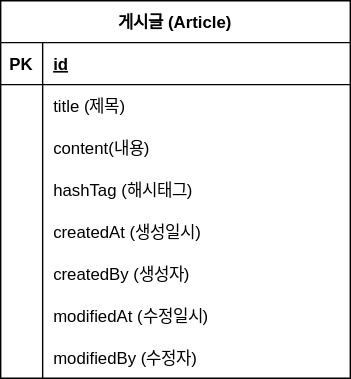
The draw.io diagram document/project-board-erd.svg in jungeulyoung/project-board, before a commit. Source tidied: cells renumbered, new cells last; positions are measured from the earlier drawing's top-left corner, leaving out a move shared by most shapes.
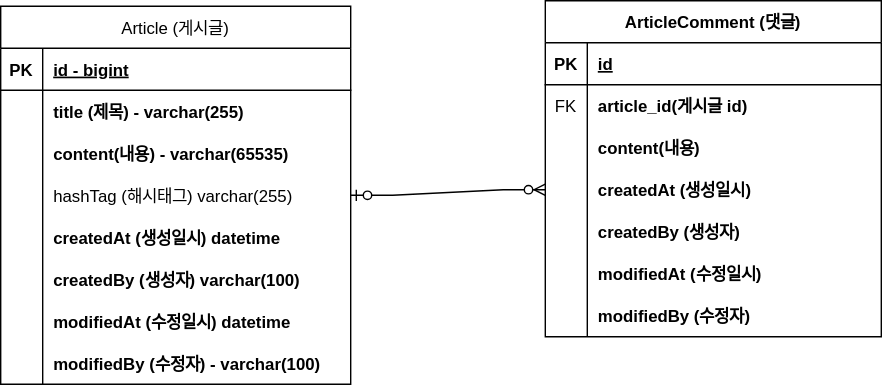
After the change.

What changed in the source:
```diff
@@ -2,7 +2,7 @@
   <root>
     <mxCell id="0" />
     <mxCell id="1" parent="0" />
-    <mxCell id="2" value="게시글 (Article)" style="shape=table;startSize=30;rowLines=0;fontStyle=1;align=center;" parent="1" vertex="1">
+    <mxCell id="2" value="Article (게시글)" style="shape=table;startSize=30;rowLines=0;fontStyle=0;align=center;" parent="1" vertex="1">
       <mxGeometry width="250" height="270" as="geometry" />
     </mxCell>
     <mxCell id="3" style="shape=partialRectangle;fillColor=none;top=0;left=0;right=0;bottom=1;" parent="2" vertex="1">
@@ -11,7 +11,7 @@
     <mxCell id="4" value="PK" style="shape=partialRectangle;overflow=hidden;fillColor=none;top=0;left=0;bottom=0;right=0;fontStyle=1;" parent="3" vertex="1">
       <mxGeometry width="30" height="30" as="geometry" />
     </mxCell>
-    <mxCell id="5" value="id" style="shape=partialRectangle;overflow=hidden;fillColor=none;top=0;left=0;bottom=0;right=0;align=left;spacingLeft=6;fontStyle=5;" parent="3" vertex="1">
+    <mxCell id="5" value="id - bigint" style="shape=partialRectangle;overflow=hidden;fillColor=none;top=0;left=0;bottom=0;right=0;align=left;spacingLeft=6;fontStyle=5;" parent="3" vertex="1">
       <mxGeometry x="30" width="220" height="30" as="geometry" />
     </mxCell>
     <mxCell id="6" style="shape=partialRectangle;fillColor=none;top=0;left=0;right=0;bottom=0;" parent="2" vertex="1">
@@ -20,7 +20,7 @@
     <mxCell id="7" style="shape=partialRectangle;overflow=hidden;fillColor=none;top=0;left=0;bottom=0;right=0;" parent="6" vertex="1">
       <mxGeometry width="30" height="30" as="geometry" />
     </mxCell>
-    <mxCell id="8" value="title (제목)" style="shape=partialRectangle;overflow=hidden;fillColor=none;top=0;left=0;bottom=0;right=0;align=left;spacingLeft=6;" parent="6" vertex="1">
+    <mxCell id="8" value="title (제목) - varchar(255)" style="shape=partialRectangle;overflow=hidden;fillColor=none;top=0;left=0;bottom=0;right=0;align=left;spacingLeft=6;fontStyle=1;" parent="6" vertex="1">
       <mxGeometry x="30" width="220" height="30" as="geometry" />
     </mxCell>
     <mxCell id="9" style="shape=partialRectangle;fillColor=none;top=0;left=0;right=0;bottom=0;" parent="2" vertex="1">
@@ -29,7 +29,7 @@
     <mxCell id="10" style="shape=partialRectangle;overflow=hidden;fillColor=none;top=0;left=0;bottom=0;right=0;" parent="9" vertex="1">
       <mxGeometry width="30" height="30" as="geometry" />
     </mxCell>
-    <mxCell id="11" value="content(내용)" style="shape=partialRectangle;overflow=hidden;fillColor=none;top=0;left=0;bottom=0;right=0;align=left;spacingLeft=6;" parent="9" vertex="1">
+    <mxCell id="11" value="content(내용) - varchar(65535)" style="shape=partialRectangle;overflow=hidden;fillColor=none;top=0;left=0;bottom=0;right=0;align=left;spacingLeft=6;fontStyle=1;" parent="9" vertex="1">
       <mxGeometry x="30" width="220" height="30" as="geometry" />
     </mxCell>
     <mxCell id="12" style="shape=partialRectangle;fillColor=none;points=[[0,0.5],[1,0.5]];portConstraint=eastwest;top=0;left=0;right=0;bottom=0;" parent="2" vertex="1">
@@ -38,7 +38,7 @@
     <mxCell id="13" style="shape=partialRectangle;overflow=hidden;fillColor=none;top=0;left=0;bottom=0;right=0;" parent="12" vertex="1">
       <mxGeometry width="30" height="30" as="geometry" />
     </mxCell>
-    <mxCell id="14" value="hashTag (해시태그)" style="shape=partialRectangle;overflow=hidden;fillColor=none;top=0;left=0;bottom=0;right=0;align=left;spacingLeft=6;" parent="12" vertex="1">
+    <mxCell id="14" value="hashTag (해시태그) varchar(255)" style="shape=partialRectangle;overflow=hidden;fillColor=none;top=0;left=0;bottom=0;right=0;align=left;spacingLeft=6;fontStyle=0;" parent="12" vertex="1">
       <mxGeometry x="30" width="220" height="30" as="geometry" />
     </mxCell>
     <mxCell id="15" style="shape=partialRectangle;fillColor=none;top=0;left=0;right=0;bottom=0;" parent="2" vertex="1">
@@ -47,7 +47,7 @@
     <mxCell id="16" style="shape=partialRectangle;overflow=hidden;fillColor=none;top=0;left=0;bottom=0;right=0;" parent="15" vertex="1">
       <mxGeometry width="30" height="30" as="geometry" />
     </mxCell>
-    <mxCell id="17" value="createdAt (생성일시)" style="shape=partialRectangle;overflow=hidden;fillColor=none;top=0;left=0;bottom=0;right=0;align=left;spacingLeft=6;" parent="15" vertex="1">
+    <mxCell id="17" value="createdAt (생성일시) datetime" style="shape=partialRectangle;overflow=hidden;fillColor=none;top=0;left=0;bottom=0;right=0;align=left;spacingLeft=6;fontStyle=1;" parent="15" vertex="1">
       <mxGeometry x="30" width="220" height="30" as="geometry" />
     </mxCell>
     <mxCell id="18" style="shape=partialRectangle;fillColor=none;top=0;left=0;right=0;bottom=0;" parent="2" vertex="1">
@@ -56,7 +56,7 @@
     <mxCell id="19" style="shape=partialRectangle;overflow=hidden;fillColor=none;top=0;left=0;bottom=0;right=0;" parent="18" vertex="1">
       <mxGeometry width="30" height="30" as="geometry" />
     </mxCell>
-    <mxCell id="20" value="createdBy (생성자)" style="shape=partialRectangle;overflow=hidden;fillColor=none;top=0;left=0;bottom=0;right=0;align=left;spacingLeft=6;" parent="18" vertex="1">
+    <mxCell id="20" value="createdBy (생성자) varchar(100)" style="shape=partialRectangle;overflow=hidden;fillColor=none;top=0;left=0;bottom=0;right=0;align=left;spacingLeft=6;fontStyle=1;" parent="18" vertex="1">
       <mxGeometry x="30" width="220" height="30" as="geometry" />
     </mxCell>
     <mxCell id="21" style="shape=partialRectangle;fillColor=none;top=0;left=0;right=0;bottom=0;" parent="2" vertex="1">
@@ -65,7 +65,7 @@
     <mxCell id="22" style="shape=partialRectangle;overflow=hidden;fillColor=none;top=0;left=0;bottom=0;right=0;" parent="21" vertex="1">
       <mxGeometry width="30" height="30" as="geometry" />
     </mxCell>
-    <mxCell id="23" value="modifiedAt (수정일시)" style="shape=partialRectangle;overflow=hidden;fillColor=none;top=0;left=0;bottom=0;right=0;align=left;spacingLeft=6;" parent="21" vertex="1">
+    <mxCell id="23" value="modifiedAt (수정일시) datetime" style="shape=partialRectangle;overflow=hidden;fillColor=none;top=0;left=0;bottom=0;right=0;align=left;spacingLeft=6;fontStyle=1;" parent="21" vertex="1">
       <mxGeometry x="30" width="220" height="30" as="geometry" />
     </mxCell>
     <mxCell id="24" style="shape=partialRectangle;fillColor=none;top=0;left=0;right=0;bottom=0;" parent="2" vertex="1">
@@ -74,8 +74,77 @@
     <mxCell id="25" style="shape=partialRectangle;overflow=hidden;fillColor=none;top=0;left=0;bottom=0;right=0;" parent="24" vertex="1">
       <mxGeometry width="30" height="30" as="geometry" />
     </mxCell>
-    <mxCell id="26" value="modifiedBy (수정자)" style="shape=partialRectangle;overflow=hidden;fillColor=none;top=0;left=0;bottom=0;right=0;align=left;spacingLeft=6;" parent="24" vertex="1">
+    <mxCell id="26" value="modifiedBy (수정자) - varchar(100)" style="shape=partialRectangle;overflow=hidden;fillColor=none;top=0;left=0;bottom=0;right=0;align=left;spacingLeft=6;fontStyle=1;" parent="24" vertex="1">
       <mxGeometry x="30" width="220" height="30" as="geometry" />
     </mxCell>
+    <mxCell id="27" value="ArticleComment (댓글)" style="shape=table;startSize=30;rowLines=0;fontStyle=1;align=center;" parent="1" vertex="1">
+      <mxGeometry x="389" y="-4" width="240" height="240" as="geometry" />
+    </mxCell>
+    <mxCell id="28" style="shape=partialRectangle;fillColor=none;top=0;left=0;right=0;bottom=1;" parent="27" vertex="1">
+      <mxGeometry y="30" width="240" height="30" as="geometry" />
+    </mxCell>
+    <mxCell id="29" value="PK" style="shape=partialRectangle;overflow=hidden;fillColor=none;top=0;left=0;bottom=0;right=0;fontStyle=1;" parent="28" vertex="1">
+      <mxGeometry width="30" height="30" as="geometry" />
+    </mxCell>
+    <mxCell id="30" value="id" style="shape=partialRectangle;overflow=hidden;fillColor=none;top=0;left=0;bottom=0;right=0;align=left;spacingLeft=6;fontStyle=5;" parent="28" vertex="1">
+      <mxGeometry x="30" width="210" height="30" as="geometry" />
+    </mxCell>
+    <mxCell id="31" style="shape=partialRectangle;fillColor=none;top=0;left=0;right=0;bottom=0;" parent="27" vertex="1">
+      <mxGeometry y="60" width="240" height="30" as="geometry" />
+    </mxCell>
+    <mxCell id="32" value="FK" style="shape=partialRectangle;overflow=hidden;fillColor=none;top=0;left=0;bottom=0;right=0;" parent="31" vertex="1">
+      <mxGeometry width="30" height="30" as="geometry" />
+    </mxCell>
+    <mxCell id="33" value="article_id(게시글 id)" style="shape=partialRectangle;overflow=hidden;fillColor=none;top=0;left=0;bottom=0;right=0;align=left;spacingLeft=6;fontStyle=1;" parent="31" vertex="1">
+      <mxGeometry x="30" width="210" height="30" as="geometry" />
+    </mxCell>
+    <mxCell id="34" style="shape=partialRectangle;fillColor=none;top=0;left=0;right=0;bottom=0;" parent="27" vertex="1">
+      <mxGeometry y="90" width="240" height="30" as="geometry" />
+    </mxCell>
+    <mxCell id="35" style="shape=partialRectangle;overflow=hidden;fillColor=none;top=0;left=0;bottom=0;right=0;" parent="34" vertex="1">
+      <mxGeometry width="30" height="30" as="geometry" />
+    </mxCell>
+    <mxCell id="36" value="content(내용)" style="shape=partialRectangle;overflow=hidden;fillColor=none;top=0;left=0;bottom=0;right=0;align=left;spacingLeft=6;fontStyle=1;" parent="34" vertex="1">
+      <mxGeometry x="30" width="210" height="30" as="geometry" />
+    </mxCell>
+    <mxCell id="37" style="shape=partialRectangle;fillColor=none;points=[[0,0.5],[1,0.5]];portConstraint=eastwest;top=0;left=0;right=0;bottom=0;" parent="27" vertex="1">
+      <mxGeometry y="120" width="240" height="30" as="geometry" />
+    </mxCell>
+    <mxCell id="38" style="shape=partialRectangle;overflow=hidden;fillColor=none;top=0;left=0;bottom=0;right=0;" parent="37" vertex="1">
+      <mxGeometry width="30" height="30" as="geometry" />
+    </mxCell>
+    <mxCell id="39" value="createdAt (생성일시)" style="shape=partialRectangle;overflow=hidden;fillColor=none;top=0;left=0;bottom=0;right=0;align=left;spacingLeft=6;fontStyle=1;" parent="37" vertex="1">
+      <mxGeometry x="30" width="210" height="30" as="geometry" />
+    </mxCell>
+    <mxCell id="40" style="shape=partialRectangle;fillColor=none;top=0;left=0;right=0;bottom=0;" parent="27" vertex="1">
+      <mxGeometry y="150" width="240" height="30" as="geometry" />
+    </mxCell>
+    <mxCell id="41" style="shape=partialRectangle;overflow=hidden;fillColor=none;top=0;left=0;bottom=0;right=0;" parent="40" vertex="1">
+      <mxGeometry width="30" height="30" as="geometry" />
+    </mxCell>
+    <mxCell id="42" value="createdBy (생성자)" style="shape=partialRectangle;overflow=hidden;fillColor=none;top=0;left=0;bottom=0;right=0;align=left;spacingLeft=6;fontStyle=1;" parent="40" vertex="1">
+      <mxGeometry x="30" width="210" height="30" as="geometry" />
+    </mxCell>
+    <mxCell id="43" style="shape=partialRectangle;fillColor=none;top=0;left=0;right=0;bottom=0;fontStyle=1;" parent="27" vertex="1">
+      <mxGeometry y="180" width="240" height="30" as="geometry" />
+    </mxCell>
+    <mxCell id="44" style="shape=partialRectangle;overflow=hidden;fillColor=none;top=0;left=0;bottom=0;right=0;" parent="43" vertex="1">
+      <mxGeometry width="30" height="30" as="geometry" />
+    </mxCell>
+    <mxCell id="45" value="modifiedAt (수정일시)" style="shape=partialRectangle;overflow=hidden;fillColor=none;top=0;left=0;bottom=0;right=0;align=left;spacingLeft=6;fontStyle=1;" parent="43" vertex="1">
+      <mxGeometry x="30" width="210" height="30" as="geometry" />
+    </mxCell>
+    <mxCell id="46" style="shape=partialRectangle;fillColor=none;top=0;left=0;right=0;bottom=0;" parent="27" vertex="1">
+      <mxGeometry y="210" width="240" height="30" as="geometry" />
+    </mxCell>
+    <mxCell id="47" style="shape=partialRectangle;overflow=hidden;fillColor=none;top=0;left=0;bottom=0;right=0;" parent="46" vertex="1">
+      <mxGeometry width="30" height="30" as="geometry" />
+    </mxCell>
+    <mxCell id="48" value="modifiedBy (수정자)" style="shape=partialRectangle;overflow=hidden;fillColor=none;top=0;left=0;bottom=0;right=0;align=left;spacingLeft=6;fontStyle=1;" parent="46" vertex="1">
+      <mxGeometry x="30" width="210" height="30" as="geometry" />
+    </mxCell>
+    <mxCell id="49" style="edgeStyle=entityRelationEdgeStyle;fontSize=12;html=1;endArrow=ERzeroToMany;startArrow=ERzeroToOne;rounded=0;exitX=1;exitY=0.5;exitDx=0;exitDy=0;entryX=0;entryY=0.5;entryDx=0;entryDy=0;" parent="1" edge="1" source="12" target="37">
+      <mxGeometry relative="1" as="geometry" />
+    </mxCell>
   </root>
 </mxGraphModel>
```
